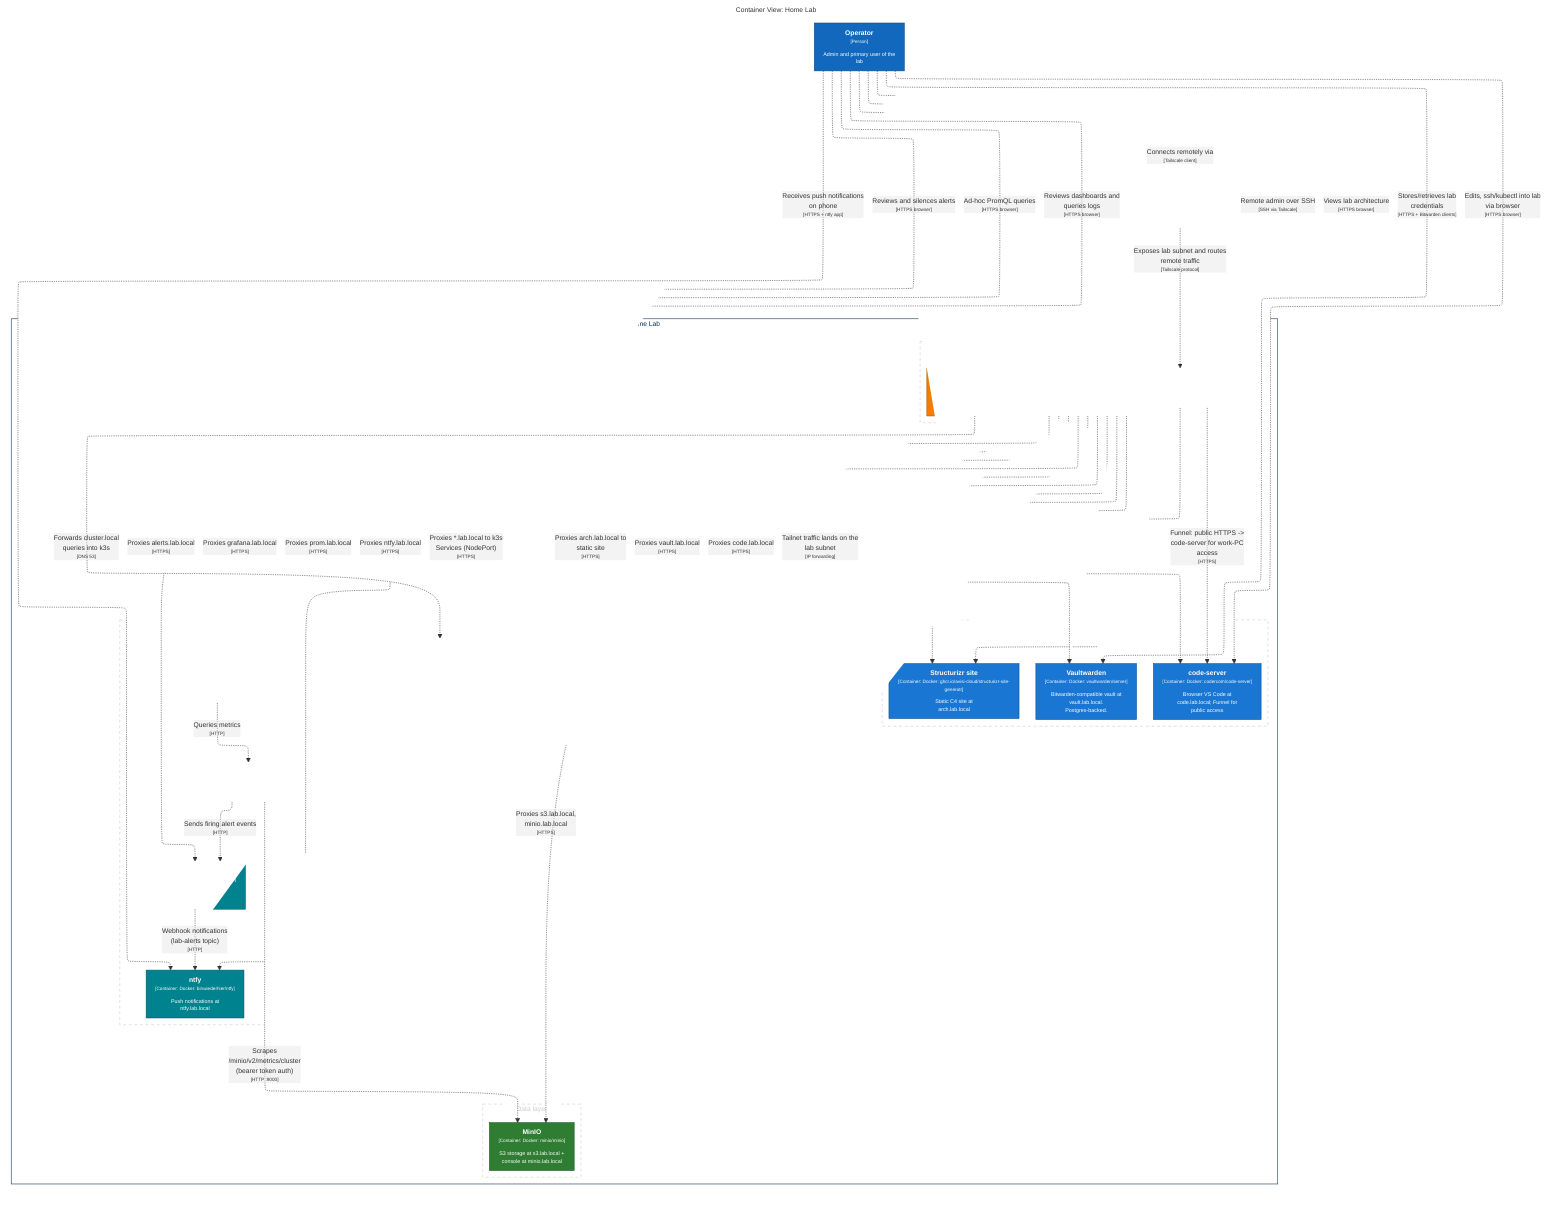
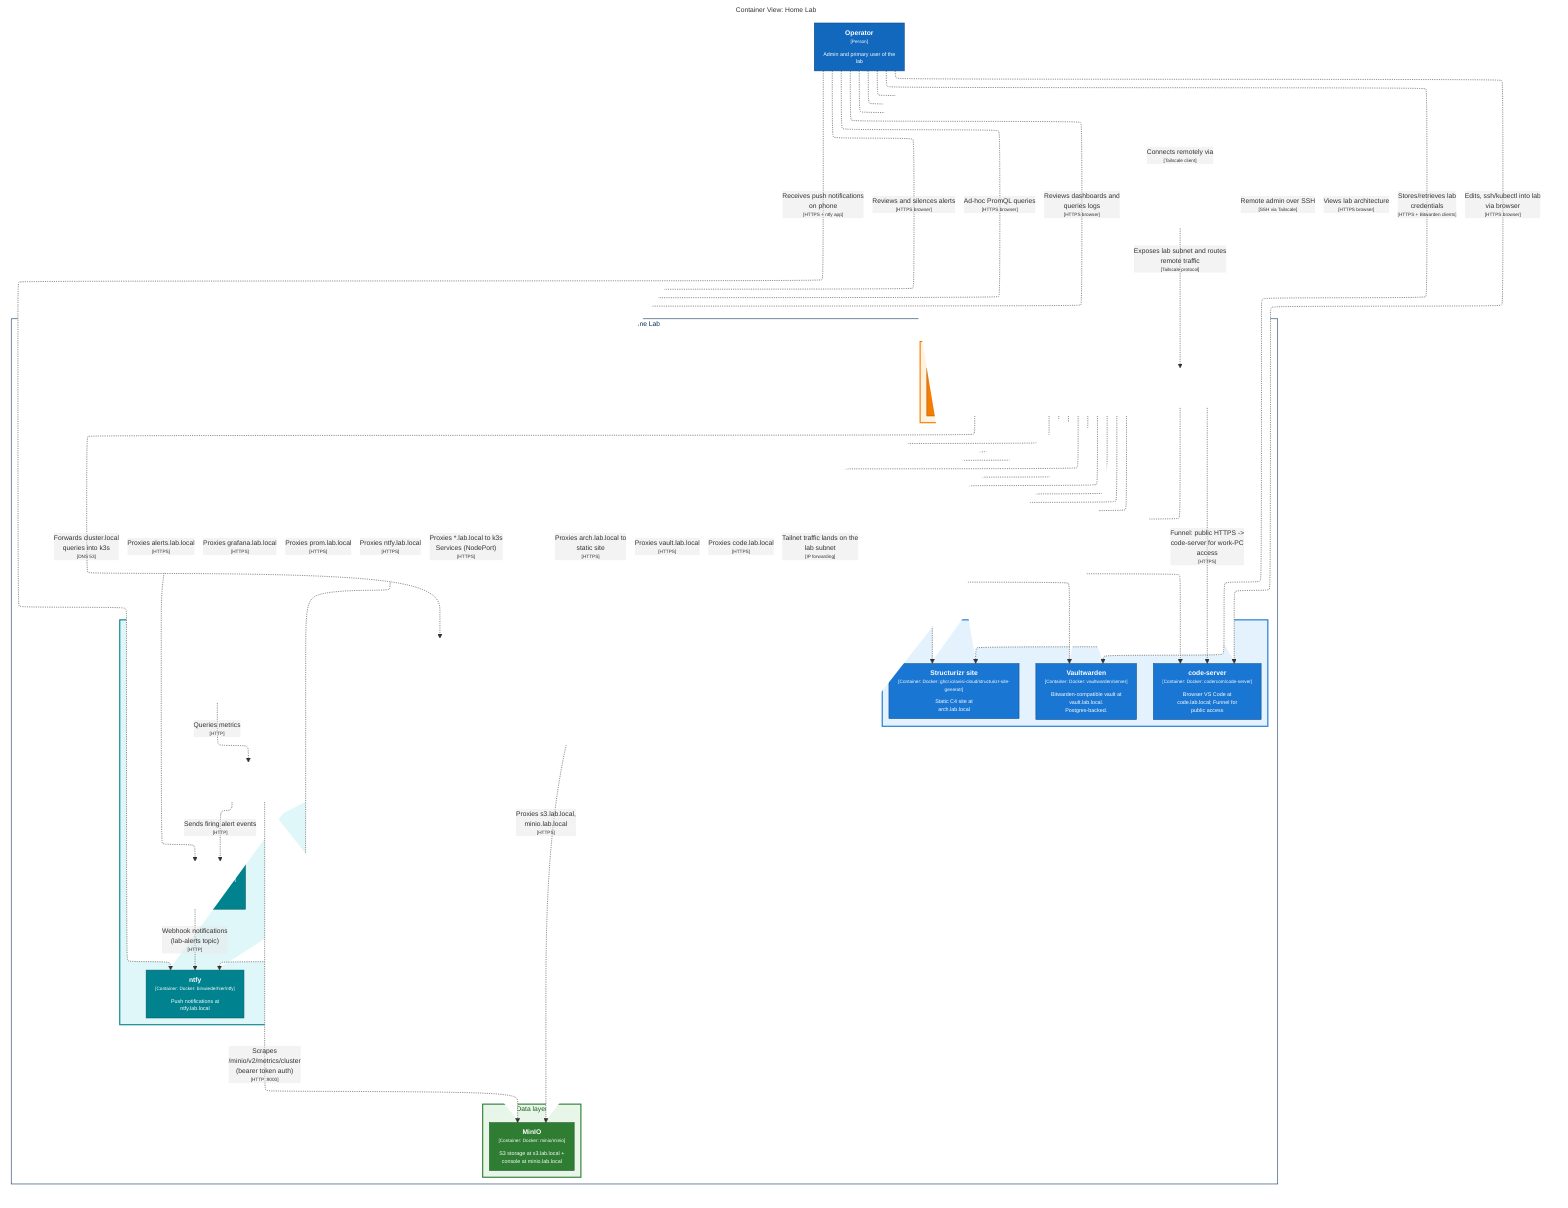
%%{init: {
  "theme": "default",
  "themeVariables": {"fontSize": "12px", "fontFamily": "arial"},
  "flowchart": {
    "defaultRenderer": "elk",
    "rankSpacing": 50,
    "nodeSpacing": 30,
    "padding": 8,
    "curve": "basis"
  }
}}%%
graph TB
  linkStyle default fill:#ffffff

  subgraph diagram ["Container View: Home Lab"]
    style diagram fill:#ffffff,stroke:#ffffff

    1["<div style='font-weight: bold'>Operator</div><div style='font-size: 70%; margin-top: 0px'>[Person]</div><div style='font-size: 80%; margin-top:10px'>Admin and primary user of the<br />lab</div>"]
    style 1 fill:#1168bd,stroke:#0b4884,color:#ffffff
    4("<div style='font-weight: bold'>Tailscale tailnet</div><div style='font-size: 70%; margin-top: 0px'>[Software System]</div><div style='font-size: 80%; margin-top:10px'>Mesh VPN for remote admin and<br />subnet routing</div>")
    style 4 fill:#546e7a,stroke:#3a4d55,color:#ffffff

    subgraph 5 ["Home Lab"]
      style 5 fill:#ffffff,stroke:#052e56,color:#052e56

      subgraph group1 ["Application layer"]
-         style group1 fill:#ffffff,stroke:#cccccc,color:#cccccc,stroke-dasharray:5
+         style group1 fill:#e3f2fd,stroke:#1976d2,color:#0d47a1,stroke-width:2px

        12["<div style='font-weight: bold'>Structurizr site</div><div style='font-size: 70%; margin-top: 0px'>[Container: Docker: ghcr.io/avisi-cloud/structurizr-site-generatr]</div><div style='font-size: 80%; margin-top:10px'>Static C4 site at<br />arch.lab.local</div>"]
        style 12 fill:#1976d2,stroke:#115293,color:#ffffff
        13["<div style='font-weight: bold'>code-server</div><div style='font-size: 70%; margin-top: 0px'>[Container: Docker: codercom/code-server]</div><div style='font-size: 80%; margin-top:10px'>Browser VS Code at<br />code.lab.local; Funnel for<br />public access</div>"]
        style 13 fill:#1976d2,stroke:#115293,color:#ffffff
        14["<div style='font-weight: bold'>Vaultwarden</div><div style='font-size: 70%; margin-top: 0px'>[Container: Docker: vaultwarden/server]</div><div style='font-size: 80%; margin-top:10px'>Bitwarden-compatible vault at<br />vault.lab.local.<br />Postgres-backed.</div>"]
        style 14 fill:#1976d2,stroke:#115293,color:#ffffff
      end

      subgraph group2 ["Data layer"]
-         style group2 fill:#ffffff,stroke:#cccccc,color:#cccccc,stroke-dasharray:5
+         style group2 fill:#e8f5e9,stroke:#2e7d32,color:#1b5e20,stroke-width:2px

        19["<div style='font-weight: bold'>MinIO</div><div style='font-size: 70%; margin-top: 0px'>[Container: Docker: minio/minio]</div><div style='font-size: 80%; margin-top:10px'>S3 storage at s3.lab.local +<br />console at minio.lab.local</div>"]
        style 19 fill:#2e7d32,stroke:#205723,color:#ffffff
      end

      subgraph group3 ["Edge and Access layer"]
-         style group3 fill:#ffffff,stroke:#cccccc,color:#cccccc,stroke-dasharray:5
+         style group3 fill:#fff3e0,stroke:#f57c00,color:#bf360c,stroke-width:2px

        6("<div style='font-weight: bold'>Tailscale</div><div style='font-size: 70%; margin-top: 0px'>[Container: Go · systemd]</div><div style='font-size: 80%; margin-top:10px'>Subnet router + SSH + Funnel</div>")
        style 6 fill:#f57c00,stroke:#ab5600,color:#ffffff
        7["<div style='font-weight: bold'>CoreDNS</div><div style='font-size: 70%; margin-top: 0px'>[Container: Docker: coredns/coredns]</div><div style='font-size: 80%; margin-top:10px'>Authoritative *.lab.local +<br />Split DNS</div>"]
        style 7 fill:#f57c00,stroke:#ab5600,color:#ffffff
        8["<div style='font-weight: bold'>nginx</div><div style='font-size: 70%; margin-top: 0px'>[Container: Docker: nginx:1.27-alpine]</div><div style='font-size: 80%; margin-top:10px'>Reverse proxy. Routes<br />*.lab.local by Host header.<br />Wildcard TLS.</div>"]
        style 8 fill:#f57c00,stroke:#ab5600,color:#ffffff
      end

      subgraph group4 ["Observability layer (cross-cutting)"]
-         style group4 fill:#ffffff,stroke:#cccccc,color:#cccccc,stroke-dasharray:5
+         style group4 fill:#e0f7fa,stroke:#00838f,color:#006064,stroke-width:2px

        24["<div style='font-weight: bold'>Prometheus</div><div style='font-size: 70%; margin-top: 0px'>[Container: Docker: prom/prometheus]</div><div style='font-size: 80%; margin-top:10px'>Metrics TSDB. 30d retention.</div>"]
        style 24 fill:#00838f,stroke:#005b64,color:#ffffff
        25["<div style='font-weight: bold'>Grafana</div><div style='font-size: 70%; margin-top: 0px'>[Container: Docker: grafana/grafana]</div><div style='font-size: 80%; margin-top:10px'>Dashboards + Explore at<br />grafana.lab.local</div>"]
        style 25 fill:#00838f,stroke:#005b64,color:#ffffff
        27["<div style='font-weight: bold'>Alertmanager</div><div style='font-size: 70%; margin-top: 0px'>[Container: Docker: prom/alertmanager]</div><div style='font-size: 80%; margin-top:10px'>Routes alerts to ntfy by<br />severity</div>"]
        style 27 fill:#00838f,stroke:#005b64,color:#ffffff
        28["<div style='font-weight: bold'>ntfy</div><div style='font-size: 70%; margin-top: 0px'>[Container: Docker: binwiederhier/ntfy]</div><div style='font-size: 80%; margin-top:10px'>Push notifications at<br />ntfy.lab.local</div>"]
        style 28 fill:#00838f,stroke:#005b64,color:#ffffff
      end

      subgraph group5 ["Platform layer"]
-         style group5 fill:#ffffff,stroke:#cccccc,color:#cccccc,stroke-dasharray:5
+         style group5 fill:#f3e5f5,stroke:#6a1b9a,color:#4a148c,stroke-width:2px

        15("<div style='font-weight: bold'>k3s server</div><div style='font-size: 70%; margin-top: 0px'>[Container: k3s v1.34 · systemd]</div><div style='font-size: 80%; margin-top:10px'>API + scheduler + embedded<br />SQLite. Traefik off.</div>")
        style 15 fill:#6a1b9a,stroke:#4a126b,color:#ffffff
      end

      subgraph group6 ["Security layer (cross-cutting)"]
-         style group6 fill:#ffffff,stroke:#cccccc,color:#cccccc,stroke-dasharray:5
+         style group6 fill:#ffebee,stroke:#c62828,color:#b71c1c,stroke-width:2px

        22["<div style='font-weight: bold'>iptables NAT</div><div style='font-size: 70%; margin-top: 0px'>[Container: Kernel netfilter]</div><div style='font-size: 80%; margin-top:10px'>Masquerades lab egress<br />through eth1</div>"]
        style 22 fill:#c62828,stroke:#8a1c1c,color:#ffffff
      end

    end

    1-. "<div>Connects remotely via</div><div style='font-size: 70%'>[Tailscale client]</div>" .->4
    1-. "<div>Remote admin over SSH</div><div style='font-size: 70%'>[SSH via Tailscale]</div>" .->6
    1-. "<div>Views lab architecture</div><div style='font-size: 70%'>[HTTPS browser]</div>" .->12
    1-. "<div>Edits, ssh/kubectl into lab<br />via browser</div><div style='font-size: 70%'>[HTTPS browser]</div>" .->13
    1-. "<div>Stores/retrieves lab<br />credentials</div><div style='font-size: 70%'>[HTTPS + Bitwarden clients]</div>" .->14
    1-. "<div>Reviews dashboards and<br />queries logs</div><div style='font-size: 70%'>[HTTPS browser]</div>" .->25
    1-. "<div>Ad-hoc PromQL queries</div><div style='font-size: 70%'>[HTTPS browser]</div>" .->24
    1-. "<div>Reviews and silences alerts</div><div style='font-size: 70%'>[HTTPS browser]</div>" .->27
    1-. "<div>Receives push notifications<br />on phone</div><div style='font-size: 70%'>[HTTPS + ntfy app]</div>" .->28
    4-. "<div>Exposes lab subnet and routes<br />remote traffic</div><div style='font-size: 70%'>[Tailscale protocol]</div>" .->6
    6-. "<div>Tailnet traffic lands on the<br />lab subnet</div><div style='font-size: 70%'>[IP forwarding]</div>" .->22
    8-. "<div>Proxies *.lab.local to k3s<br />Services (NodePort)</div><div style='font-size: 70%'>[HTTPS]</div>" .->15
    8-. "<div>Proxies arch.lab.local to<br />static site</div><div style='font-size: 70%'>[HTTPS]</div>" .->12
    8-. "<div>Proxies code.lab.local</div><div style='font-size: 70%'>[HTTPS]</div>" .->13
    8-. "<div>Proxies vault.lab.local</div><div style='font-size: 70%'>[HTTPS]</div>" .->14
    8-. "<div>Proxies s3.lab.local,<br />minio.lab.local</div><div style='font-size: 70%'>[HTTPS]</div>" .->19
    8-. "<div>Proxies grafana.lab.local</div><div style='font-size: 70%'>[HTTPS]</div>" .->25
    8-. "<div>Proxies prom.lab.local</div><div style='font-size: 70%'>[HTTPS]</div>" .->24
    8-. "<div>Proxies alerts.lab.local</div><div style='font-size: 70%'>[HTTPS]</div>" .->27
    8-. "<div>Proxies ntfy.lab.local</div><div style='font-size: 70%'>[HTTPS]</div>" .->28
    6-. "<div>Funnel: public HTTPS -><br />code-server for work-PC<br />access</div><div style='font-size: 70%'>[HTTPS]</div>" .->13
    7-. "<div>Forwards cluster.local<br />queries into k3s</div><div style='font-size: 70%'>[DNS 53]</div>" .->15
    24-. "<div>Scrapes<br />/minio/v2/metrics/cluster<br />(bearer token auth)</div><div style='font-size: 70%'>[HTTP :9000]</div>" .->19
    24-. "<div>Sends firing alert events</div><div style='font-size: 70%'>[HTTP]</div>" .->27
    27-. "<div>Webhook notifications<br />(lab-alerts topic)</div><div style='font-size: 70%'>[HTTP]</div>" .->28
    25-. "<div>Queries metrics</div><div style='font-size: 70%'>[HTTP]</div>" .->24

  end